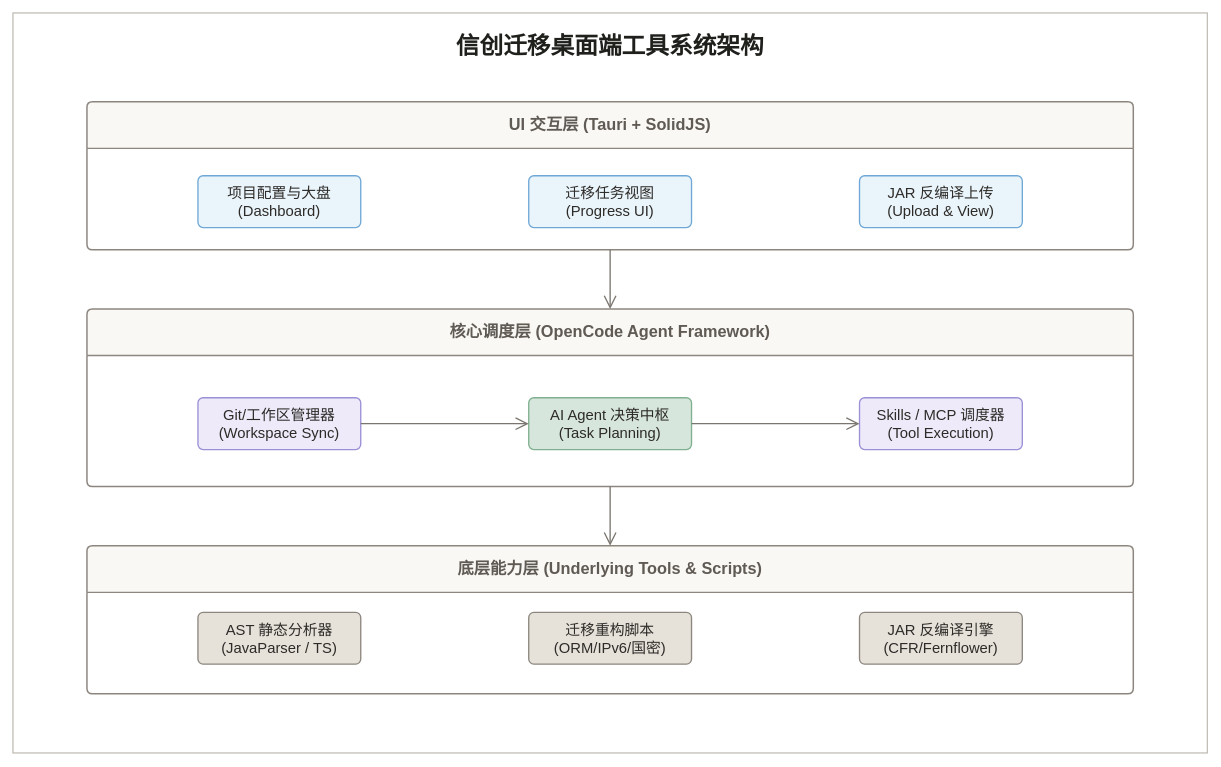
Above: docs/images/信创迁移桌面端工具系统架构.drawio in cuccshpere/claude-code (draw.io), before the change. Source tidied: cells renumbered, new cells numbered last; positions are measured from the earlier drawing's top-left corner, leaving out a move shared by most shapes. Both pictures are drawn from the tidied source at 74%, with x=0, y=0 at pixel (13, 13).
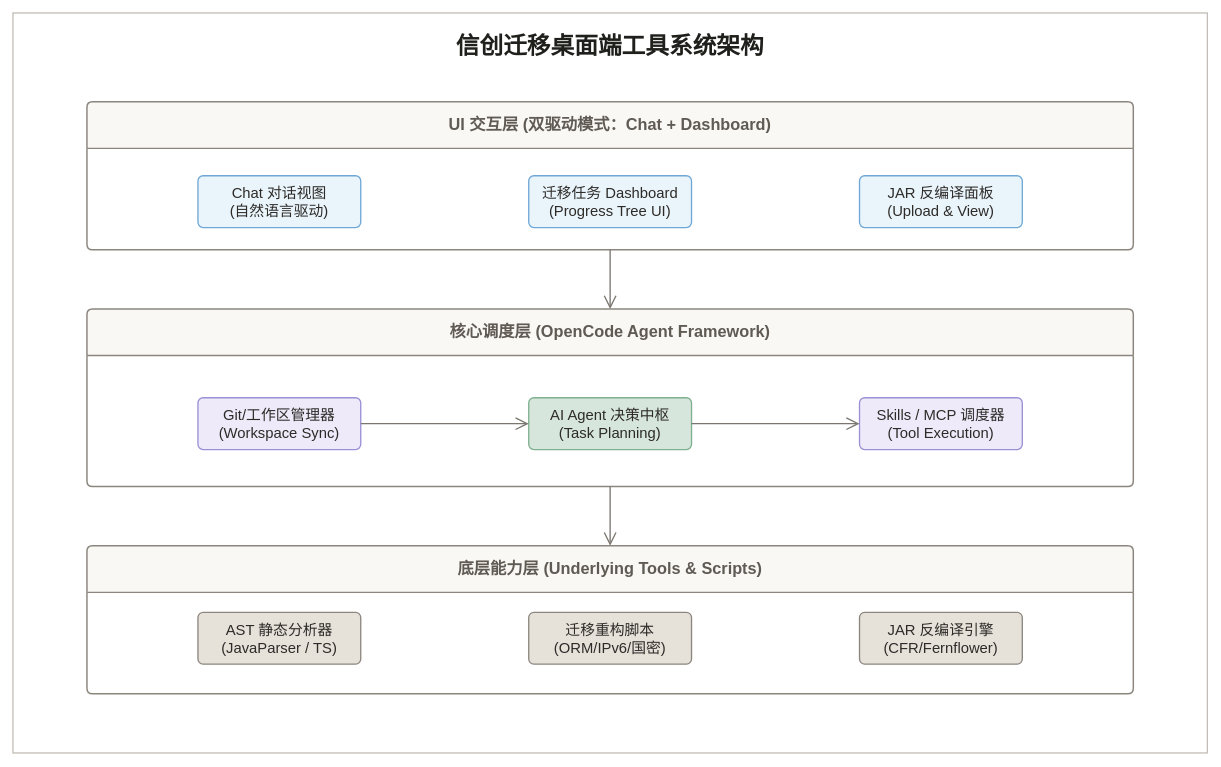
Above is the later version.

Commit message:
更新信创迁移桌面端工具系统架构.drawio

What changed in the source:
```diff
@@
 <mxGraphModel>
   <root>
     <mxCell id="0" />
     <mxCell id="1" parent="0" />
-    <mxCell id="2" style="rounded=0;arcSize=3;fillColor=none;strokeColor=#B9B3AB;strokeWidth=1.5;" parent="1" vertex="1">
-      <mxGeometry width="1614" height="1000" as="geometry" />
-    </mxCell>
+    <mxCell id="20" style="rounded=0;arcSize=3;fillColor=none;strokeColor=#B9B3AB;strokeWidth=1.5;" parent="1" vertex="1">
+      <mxGeometry width="1614" height="1000" as="geometry" />
+    </mxCell>
     <mxCell id="3" value="信创迁移桌面端工具系统架构" style="text;html=1;strokeColor=none;fillColor=none;align=center;verticalAlign=middle;whiteSpace=wrap;overflow=hidden;fontStyle=1;fontSize=32;fontColor=#1F1F1C;" parent="1" vertex="1">
       <mxGeometry x="60" y="20" width="1494" height="50" as="geometry" />
     </mxCell>
-    <mxCell id="4" value="&lt;font style=&quot;font-size: 22px;&quot;&gt;UI 交互层 (Tauri + SolidJS)&lt;/font&gt;" style="rounded=1;whiteSpace=wrap;arcSize=4;fillColor=#FAF8F4;strokeColor=#8C867F;strokeWidth=2;fontSize=18;fontStyle=1;fontColor=#5F5A54;swimlane;startSize=63;horizontal=1;html=1;" parent="1" vertex="1">
-      <mxGeometry x="100" y="120" width="1414" height="200" as="geometry" />
-    </mxCell>
-    <mxCell id="5" value="项目配置与大盘&#10;(Dashboard)" style="rounded=1;whiteSpace=wrap;arcSize=10;fillColor=#EAF4FB;strokeColor=#6FA8D6;strokeWidth=1.8;fontColor=#2D2B28;fontSize=20;" parent="4" vertex="1">
-      <mxGeometry x="150" y="100" width="220" height="70" as="geometry" />
-    </mxCell>
-    <mxCell id="6" value="迁移任务视图&#10;(Progress UI)" style="rounded=1;whiteSpace=wrap;arcSize=10;fillColor=#EAF4FB;strokeColor=#6FA8D6;strokeWidth=1.8;fontColor=#2D2B28;fontSize=20;" parent="4" vertex="1">
-      <mxGeometry x="597" y="100" width="220" height="70" as="geometry" />
-    </mxCell>
-    <mxCell id="7" value="JAR 反编译上传&#10;(Upload &amp; View)" style="rounded=1;whiteSpace=wrap;arcSize=10;fillColor=#EAF4FB;strokeColor=#6FA8D6;strokeWidth=1.8;fontColor=#2D2B28;fontSize=20;" parent="4" vertex="1">
-      <mxGeometry x="1044" y="100" width="220" height="70" as="geometry" />
-    </mxCell>
+    <mxCell id="21" value="&lt;font style=&quot;font-size: 22px;&quot;&gt;UI 交互层 (双驱动模式：Chat + Dashboard)&lt;/font&gt;" style="rounded=1;whiteSpace=wrap;arcSize=4;fillColor=#FAF8F4;strokeColor=#8C867F;strokeWidth=2;fontSize=18;fontStyle=1;fontColor=#5F5A54;swimlane;startSize=63;horizontal=1;html=1;" parent="1" vertex="1">
+      <mxGeometry x="100" y="120" width="1414" height="200" as="geometry" />
+    </mxCell>
+    <mxCell id="22" value="Chat 对话视图&#10;(自然语言驱动)" style="rounded=1;whiteSpace=wrap;arcSize=10;fillColor=#EAF4FB;strokeColor=#6FA8D6;strokeWidth=1.8;fontColor=#2D2B28;fontSize=20;" parent="21" vertex="1">
+      <mxGeometry x="150" y="100" width="220" height="70" as="geometry" />
+    </mxCell>
+    <mxCell id="23" value="迁移任务 Dashboard&#10;(Progress Tree UI)" style="rounded=1;whiteSpace=wrap;arcSize=10;fillColor=#EAF4FB;strokeColor=#6FA8D6;strokeWidth=1.8;fontColor=#2D2B28;fontSize=20;" parent="21" vertex="1">
+      <mxGeometry x="597" y="100" width="220" height="70" as="geometry" />
+    </mxCell>
+    <mxCell id="24" value="JAR 反编译面板&#10;(Upload &amp; View)" style="rounded=1;whiteSpace=wrap;arcSize=10;fillColor=#EAF4FB;strokeColor=#6FA8D6;strokeWidth=1.8;fontColor=#2D2B28;fontSize=20;" parent="21" vertex="1">
+      <mxGeometry x="1044" y="100" width="220" height="70" as="geometry" />
+    </mxCell>
     <mxCell id="8" value="&lt;font style=&quot;font-size: 22px;&quot;&gt;核心调度层 (OpenCode Agent Framework)&lt;/font&gt;" style="rounded=1;whiteSpace=wrap;arcSize=4;fillColor=#FAF8F4;strokeColor=#8C867F;strokeWidth=2;fontSize=18;fontStyle=1;fontColor=#5F5A54;swimlane;startSize=63;horizontal=1;html=1;" parent="1" vertex="1">
       <mxGeometry x="100" y="400" width="1414" height="240" as="geometry" />
     </mxCell>
     <mxCell id="9" value="Git/工作区管理器&#10;(Workspace Sync)" style="rounded=1;whiteSpace=wrap;arcSize=10;fillColor=#EEEAF9;strokeColor=#9A90D6;strokeWidth=1.8;fontColor=#2D2B28;fontSize=20;" parent="8" vertex="1">
       <mxGeometry x="150" y="120" width="220" height="70" as="geometry" />
     </mxCell>
     <mxCell id="10" value="AI Agent 决策中枢&#10;(Task Planning)" style="rounded=1;whiteSpace=wrap;arcSize=10;fillColor=#D7E6DC;strokeColor=#7FB08F;strokeWidth=1.8;fontColor=#2D2B28;fontSize=20;" parent="8" vertex="1">
       <mxGeometry x="597" y="120" width="220" height="70" as="geometry" />
     </mxCell>
     <mxCell id="11" value="Skills / MCP 调度器&#10;(Tool Execution)" style="rounded=1;whiteSpace=wrap;arcSize=10;fillColor=#EEEAF9;strokeColor=#9A90D6;strokeWidth=1.8;fontColor=#2D2B28;fontSize=20;" parent="8" vertex="1">
       <mxGeometry x="1044" y="120" width="220" height="70" as="geometry" />
     </mxCell>
     <mxCell id="12" style="endArrow=open;endSize=14;edgeStyle=orthogonalEdgeStyle;strokeColor=#7A756E;strokeWidth=1.8;rounded=1;" parent="8" edge="1" source="9" target="10">
       <mxGeometry relative="1" as="geometry" />
     </mxCell>
     <mxCell id="13" style="endArrow=open;endSize=14;edgeStyle=orthogonalEdgeStyle;strokeColor=#7A756E;strokeWidth=1.8;rounded=1;" parent="8" edge="1" source="10" target="11">
       <mxGeometry relative="1" as="geometry" />
     </mxCell>
     <mxCell id="14" value="&lt;font style=&quot;font-size: 22px;&quot;&gt;底层能力层 (Underlying Tools &amp; Scripts)&lt;/font&gt;" style="rounded=1;whiteSpace=wrap;arcSize=4;fillColor=#FAF8F4;strokeColor=#8C867F;strokeWidth=2;fontSize=18;fontStyle=1;fontColor=#5F5A54;swimlane;startSize=63;horizontal=1;html=1;" parent="1" vertex="1">
       <mxGeometry x="100" y="720" width="1414" height="200" as="geometry" />
     </mxCell>
     <mxCell id="15" value="AST 静态分析器&#10;(JavaParser / TS)" style="rounded=1;whiteSpace=wrap;arcSize=10;fillColor=#E6E2DA;strokeColor=#8C867F;strokeWidth=1.8;fontColor=#2D2B28;fontSize=20;" parent="14" vertex="1">
       <mxGeometry x="150" y="90" width="220" height="70" as="geometry" />
     </mxCell>
     <mxCell id="16" value="迁移重构脚本&#10;(ORM/IPv6/国密)" style="rounded=1;whiteSpace=wrap;arcSize=10;fillColor=#E6E2DA;strokeColor=#8C867F;strokeWidth=1.8;fontColor=#2D2B28;fontSize=20;" parent="14" vertex="1">
       <mxGeometry x="597" y="90" width="220" height="70" as="geometry" />
     </mxCell>
     <mxCell id="17" value="JAR 反编译引擎&#10;(CFR/Fernflower)" style="rounded=1;whiteSpace=wrap;arcSize=10;fillColor=#E6E2DA;strokeColor=#8C867F;strokeWidth=1.8;fontColor=#2D2B28;fontSize=20;" parent="14" vertex="1">
       <mxGeometry x="1044" y="90" width="220" height="70" as="geometry" />
     </mxCell>
-    <mxCell id="18" style="endArrow=open;endSize=14;edgeStyle=orthogonalEdgeStyle;strokeColor=#7A756E;strokeWidth=1.8;rounded=1;exitX=0.5;exitY=1;entryX=0.5;entryY=0;" parent="1" edge="1" source="4" target="8">
-      <mxGeometry relative="1" as="geometry" />
-    </mxCell>
+    <mxCell id="25" style="endArrow=open;endSize=14;edgeStyle=orthogonalEdgeStyle;strokeColor=#7A756E;strokeWidth=1.8;rounded=1;exitX=0.5;exitY=1;entryX=0.5;entryY=0;" parent="1" edge="1" source="21" target="8">
+      <mxGeometry relative="1" as="geometry" />
+    </mxCell>
     <mxCell id="19" style="endArrow=open;endSize=14;edgeStyle=orthogonalEdgeStyle;strokeColor=#7A756E;strokeWidth=1.8;rounded=1;exitX=0.5;exitY=1;entryX=0.5;entryY=0;" parent="1" edge="1" source="8" target="14">
       <mxGeometry relative="1" as="geometry" />
     </mxCell>
   </root>
 </mxGraphModel>
```
